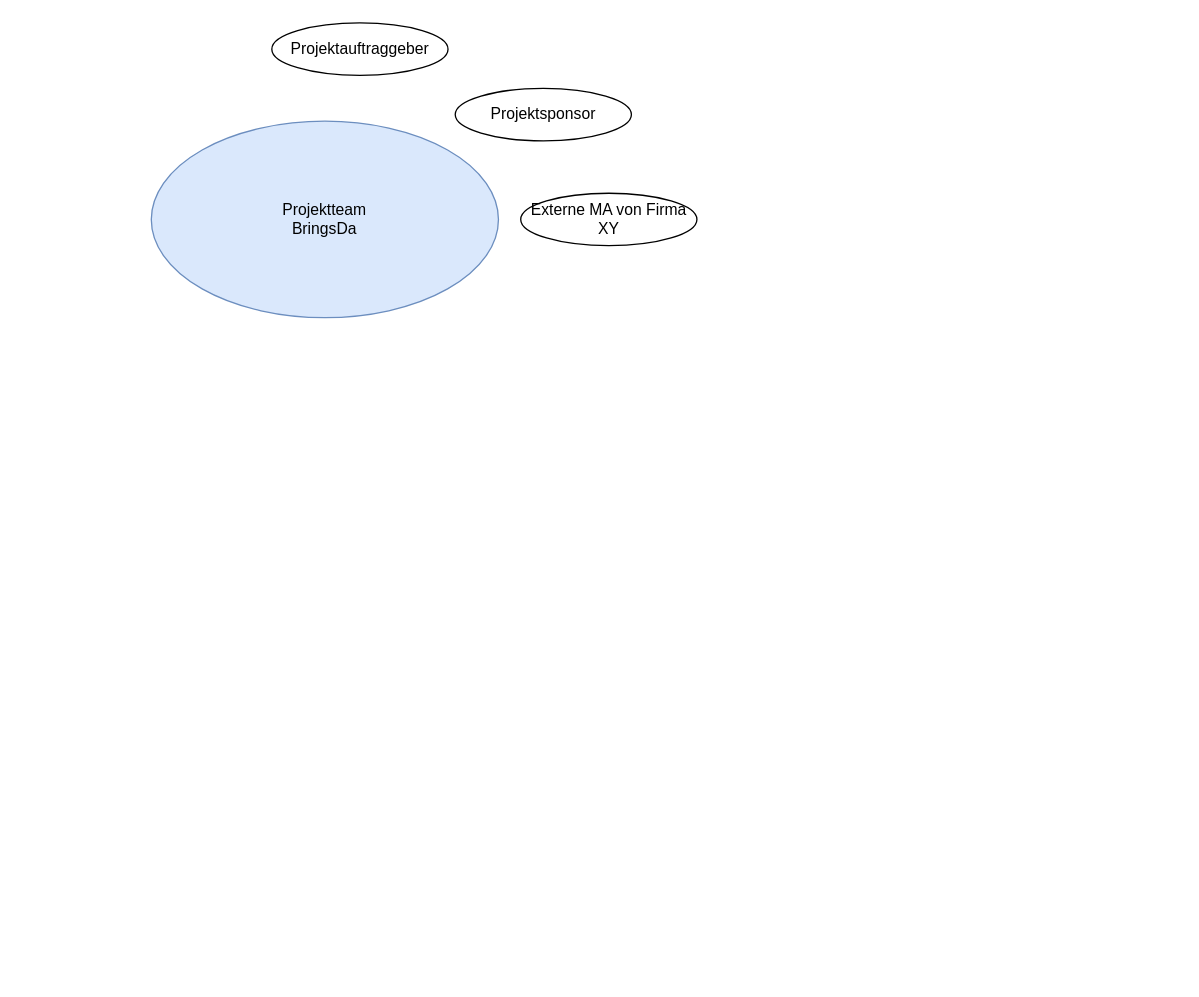
Earlier version of the draw.io diagram Projektorganigramm.drawio (CapMarko/ProjektManagement). Source tidied: cells renumbered, new cells numbered last; positions are measured from the earlier drawing's top-left corner, leaving out a move shared by most shapes. Both pictures are drawn from the tidied source at 131%, with x=0, y=0 at pixel (151, 22).
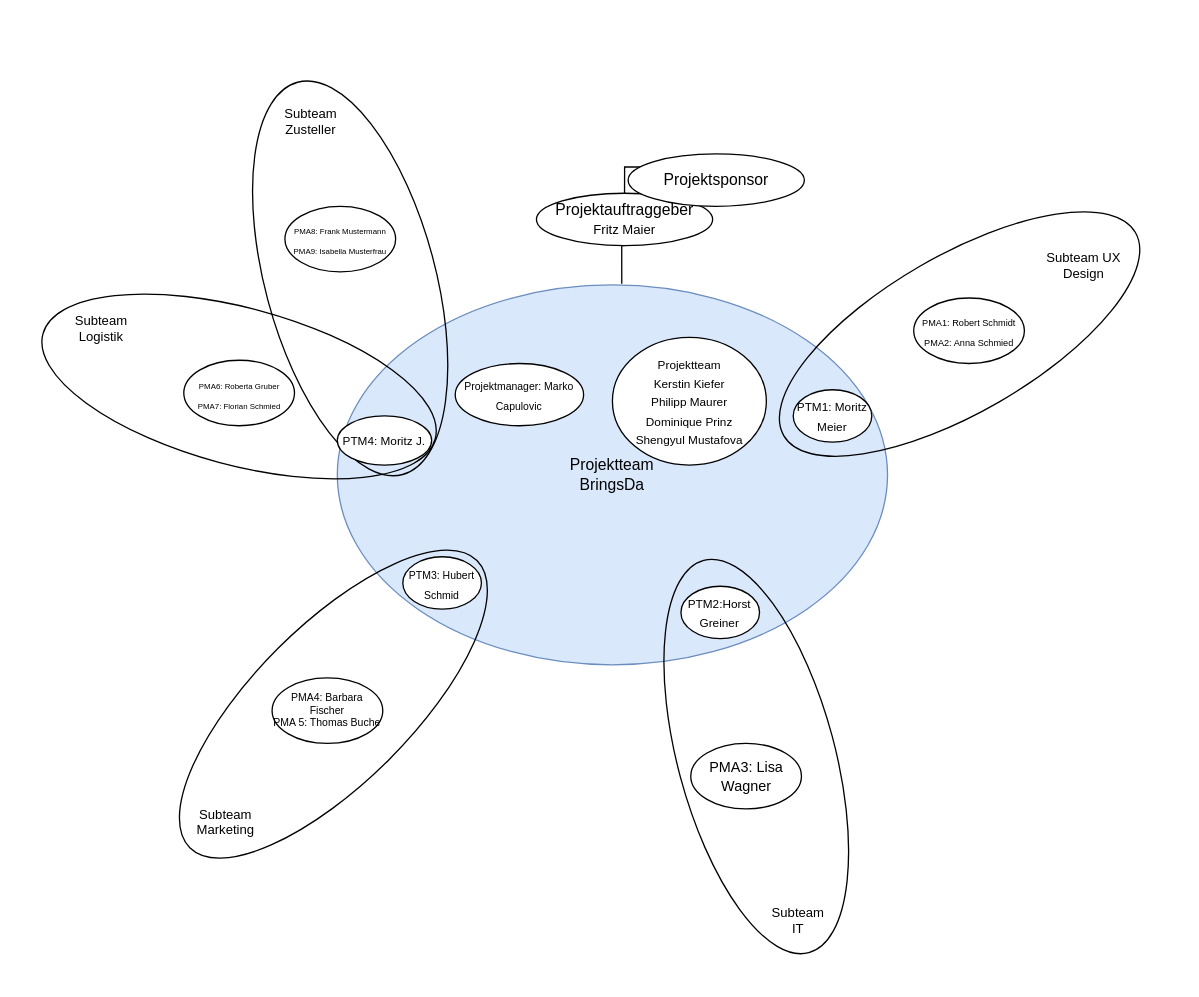
The same page after the edit.

The edit, as a diff of the source:
```diff
@@
     <mxCell id="2" value="Projektteam&lt;br&gt;BringsDa" style="ellipse;whiteSpace=wrap;html=1;fillColor=#dae8fc;strokeColor=#6c8ebf;" parent="1" vertex="1">
-      <mxGeometry y="75" width="265" height="150" as="geometry" />
+      <mxGeometry x="142" y="200" width="420" height="290" as="geometry" />
     </mxCell>
+    <mxCell id="6" style="ellipse;whiteSpace=wrap;html=1;fontSize=10;fillColor=none;rotation=75;" parent="1" vertex="1">
+      <mxGeometry x="-3.2" y="130" width="310" height="130" as="geometry" />
+    </mxCell>
+    <mxCell id="7" style="ellipse;whiteSpace=wrap;html=1;fontSize=10;fillColor=none;rotation=-30;" parent="1" vertex="1">
+      <mxGeometry x="462" y="177.5" width="310" height="120" as="geometry" />
+    </mxCell>
+    <mxCell id="8" style="edgeStyle=orthogonalEdgeStyle;rounded=0;jettySize=auto;html=1;entryX=0;entryY=0;entryDx=0;entryDy=0;fontSize=9;endArrow=none;endFill=0;" parent="1" edge="1" source="3" target="4">
+      <mxGeometry relative="1" as="geometry" />
+    </mxCell>
+    <mxCell id="9" style="edgeStyle=orthogonalEdgeStyle;rounded=0;jettySize=auto;html=1;exitX=0.5;exitY=1;exitDx=0;exitDy=0;entryX=0.517;entryY=-0.003;entryDx=0;entryDy=0;entryPerimeter=0;fontSize=7;endArrow=none;endFill=0;" parent="1" edge="1" source="3" target="2">
+      <mxGeometry relative="1" as="geometry" />
+    </mxCell>
-    <mxCell id="3" value="Projektauftraggeber" style="ellipse;whiteSpace=wrap;html=1;" parent="1" vertex="1">
-      <mxGeometry x="92" width="134.5" height="40" as="geometry" />
+    <mxCell id="3" value="Projektauftraggeber&lt;br&gt;&lt;font style=&quot;font-size: 10px&quot;&gt;Fritz Maier&lt;/font&gt;" style="ellipse;whiteSpace=wrap;html=1;" parent="1" vertex="1">
+      <mxGeometry x="294" y="130" width="134.5" height="40" as="geometry" />
     </mxCell>
-    <mxCell id="4" value="Projektsponsor" style="ellipse;whiteSpace=wrap;html=1;" parent="1" vertex="1">
-      <mxGeometry x="232" y="50" width="134.5" height="40" as="geometry" />
+    <mxCell id="4" value="Projektsponsor&lt;br&gt;" style="ellipse;whiteSpace=wrap;html=1;" parent="1" vertex="1">
+      <mxGeometry x="364" y="100" width="134.5" height="40" as="geometry" />
     </mxCell>
-    <mxCell id="5" value="Externe MA von Firma XY" style="ellipse;whiteSpace=wrap;html=1;" parent="1" vertex="1">
-      <mxGeometry x="282" y="130" width="134.5" height="40" as="geometry" />
+    <mxCell id="5" value="&lt;font style=&quot;font-size: 7px&quot;&gt;PMA1: Robert Schmidt&lt;br&gt;PMA2: Anna Schmied&lt;br&gt;&lt;/font&gt;" style="ellipse;whiteSpace=wrap;html=1;strokeWidth=1;" parent="1" vertex="1">
+      <mxGeometry x="582" y="210" width="84.5" height="50" as="geometry" />
     </mxCell>
+    <mxCell id="10" value="Subteam UX Design" style="text;html=1;strokeColor=none;fillColor=none;align=center;verticalAlign=middle;whiteSpace=wrap;rounded=0;fontSize=10;" parent="1" vertex="1">
+      <mxGeometry x="682" y="170" width="60" height="30" as="geometry" />
+    </mxCell>
+    <mxCell id="11" value="&lt;font style=&quot;font-size: 9px&quot;&gt;PTM1: Moritz Meier&lt;/font&gt;" style="ellipse;whiteSpace=wrap;html=1;strokeWidth=1;" parent="1" vertex="1">
+      <mxGeometry x="490" y="280" width="60" height="40" as="geometry" />
+    </mxCell>
+    <mxCell id="12" value="&lt;font style=&quot;font-size: 8px&quot;&gt;Projektmanager: Marko Capulovic&lt;/font&gt;" style="ellipse;whiteSpace=wrap;html=1;strokeWidth=1;" parent="1" vertex="1">
+      <mxGeometry x="232" y="260" width="98" height="47.5" as="geometry" />
+    </mxCell>
+    <mxCell id="13" style="ellipse;whiteSpace=wrap;html=1;fontSize=10;fillColor=none;rotation=75;" parent="1" vertex="1">
+      <mxGeometry x="306.8" y="500" width="310" height="120" as="geometry" />
+    </mxCell>
+    <mxCell id="14" value="&lt;font style=&quot;font-size: 11px&quot;&gt;PMA3: Lisa Wagner&lt;br&gt;&lt;/font&gt;" style="ellipse;whiteSpace=wrap;html=1;strokeWidth=1;" parent="1" vertex="1">
+      <mxGeometry x="411.8" y="550" width="84.5" height="50" as="geometry" />
+    </mxCell>
+    <mxCell id="15" value="Subteam &lt;br&gt;IT" style="text;html=1;strokeColor=none;fillColor=none;align=center;verticalAlign=middle;whiteSpace=wrap;rounded=0;fontSize=10;" parent="1" vertex="1">
+      <mxGeometry x="464.3" y="670" width="60" height="30" as="geometry" />
+    </mxCell>
+    <mxCell id="16" value="&lt;font style=&quot;font-size: 9px&quot;&gt;PTM2:Horst Greiner &lt;br&gt;&lt;/font&gt;" style="ellipse;whiteSpace=wrap;html=1;strokeWidth=1;" parent="1" vertex="1">
+      <mxGeometry x="404.3" y="430" width="60" height="40" as="geometry" />
+    </mxCell>
+    <mxCell id="17" style="ellipse;whiteSpace=wrap;html=1;fontSize=10;fillColor=none;rotation=-225;" parent="1" vertex="1">
+      <mxGeometry x="-16" y="460" width="310" height="120" as="geometry" />
+    </mxCell>
+    <mxCell id="18" value="&lt;div style=&quot;font-size: 8px&quot;&gt;&lt;font style=&quot;font-size: 8px&quot;&gt;PMA4: Barbara Fischer&lt;br&gt;&lt;/font&gt;&lt;/div&gt;&lt;div style=&quot;font-size: 8px&quot;&gt;&lt;font style=&quot;font-size: 8px&quot;&gt;PMA 5: Thomas Buche&lt;br&gt;&lt;/font&gt;&lt;/div&gt;" style="ellipse;whiteSpace=wrap;html=1;strokeWidth=1;" parent="1" vertex="1">
+      <mxGeometry x="92.2" y="500" width="84.5" height="50" as="geometry" />
+    </mxCell>
+    <mxCell id="19" value="Subteam &lt;br&gt;Marketing" style="text;html=1;strokeColor=none;fillColor=none;align=center;verticalAlign=middle;whiteSpace=wrap;rounded=0;fontSize=10;" parent="1" vertex="1">
+      <mxGeometry x="26.8" y="595" width="60" height="30" as="geometry" />
+    </mxCell>
+    <mxCell id="20" value="&lt;font style=&quot;font-size: 8px&quot;&gt;PTM3: Hubert Schmid&lt;/font&gt;" style="ellipse;whiteSpace=wrap;html=1;strokeWidth=1;" parent="1" vertex="1">
+      <mxGeometry x="192" y="407.5" width="60" height="40" as="geometry" />
+    </mxCell>
+    <mxCell id="21" style="ellipse;whiteSpace=wrap;html=1;fontSize=10;fillColor=none;rotation=-165;" parent="1" vertex="1">
+      <mxGeometry x="-88" y="217.5" width="310" height="120" as="geometry" />
+    </mxCell>
+    <mxCell id="22" value="&lt;font style=&quot;font-size: 6px&quot;&gt;PMA6: Roberta Gruber&lt;br&gt;&lt;/font&gt;&lt;div&gt;&lt;font style=&quot;font-size: 6px&quot;&gt;PMA7: Florian Schmied&lt;/font&gt;&lt;/div&gt;" style="ellipse;whiteSpace=wrap;html=1;strokeWidth=1;" parent="1" vertex="1">
+      <mxGeometry x="24.8" y="257.5" width="84.5" height="50" as="geometry" />
+    </mxCell>
+    <mxCell id="23" value="Subteam Logistik" style="text;html=1;strokeColor=none;fillColor=none;align=center;verticalAlign=middle;whiteSpace=wrap;rounded=0;fontSize=10;" parent="1" vertex="1">
+      <mxGeometry x="-68" y="217.5" width="60" height="30" as="geometry" />
+    </mxCell>
+    <mxCell id="24" value="&lt;font style=&quot;font-size: 9px&quot;&gt;PTM4: Moritz J.&lt;br&gt;&lt;/font&gt;" style="ellipse;whiteSpace=wrap;html=1;strokeWidth=1;" parent="1" vertex="1">
+      <mxGeometry x="142" y="300" width="72" height="37.5" as="geometry" />
+    </mxCell>
+    <mxCell id="25" value="&lt;font style=&quot;font-size: 9px&quot;&gt;Projektteam&lt;br&gt;Kerstin Kiefer&lt;br&gt;Philipp Maurer&lt;br&gt;Dominique Prinz&lt;br&gt;Shengyul Mustafova&lt;/font&gt;" style="ellipse;whiteSpace=wrap;html=1;strokeWidth=1;" parent="1" vertex="1">
+      <mxGeometry x="352" y="240" width="117.5" height="97.5" as="geometry" />
+    </mxCell>
+    <mxCell id="26" value="Subteam Zusteller" style="text;html=1;strokeColor=none;fillColor=none;align=center;verticalAlign=middle;whiteSpace=wrap;rounded=0;fontSize=10;" parent="1" vertex="1">
+      <mxGeometry x="92.2" y="60" width="60" height="30" as="geometry" />
+    </mxCell>
+    <mxCell id="27" value="&lt;font style=&quot;font-size: 6px&quot;&gt;PMA8: Frank Mustermann&lt;br&gt;PMA9: Isabella Musterfrau&lt;br&gt;&lt;/font&gt;" style="ellipse;whiteSpace=wrap;html=1;strokeWidth=1;" parent="1" vertex="1">
+      <mxGeometry x="102" y="140" width="84.5" height="50" as="geometry" />
+    </mxCell>
```
